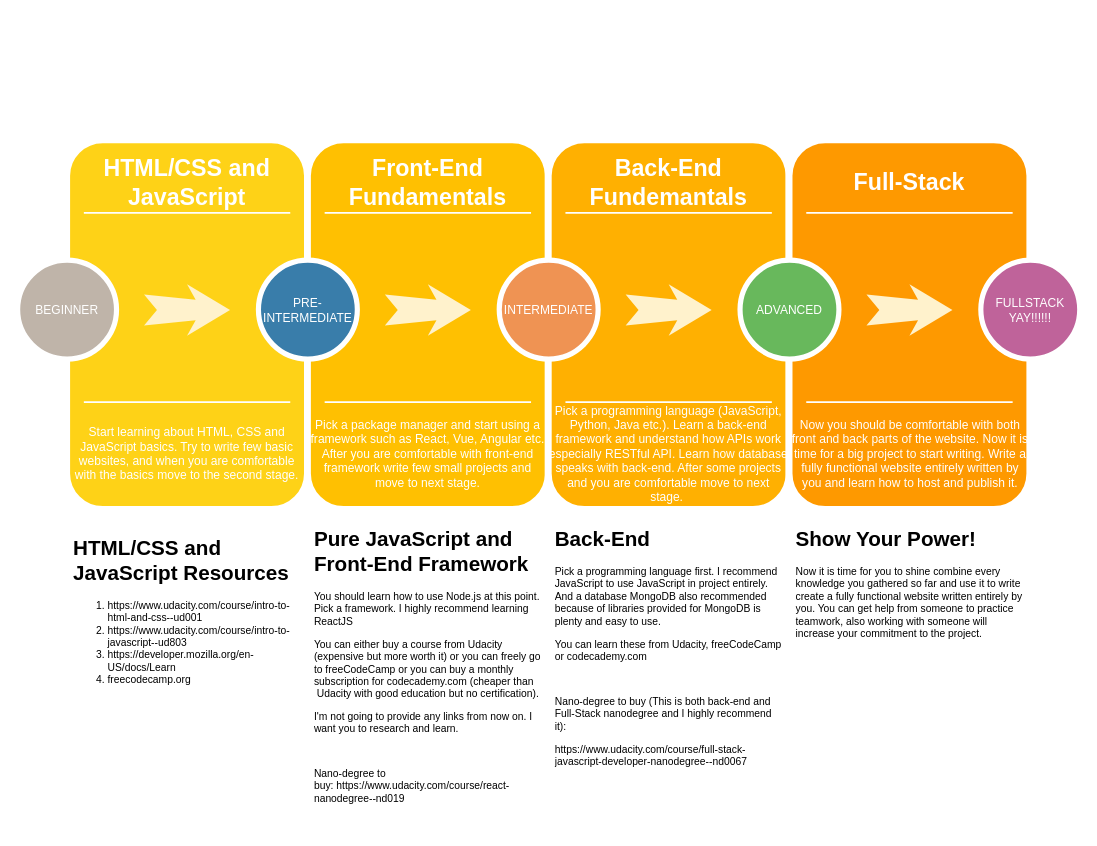
Above: Untitled Diagram.drawio in k-kahraman/web-development-roadmap (draw.io), before the change. Source tidied: cells renumbered, new cells numbered last; positions are measured from the earlier drawing's top-left corner, leaving out a move shared by most shapes. Both pictures are drawn from the tidied source at 86%, with x=0, y=0 at pixel (17, 139).
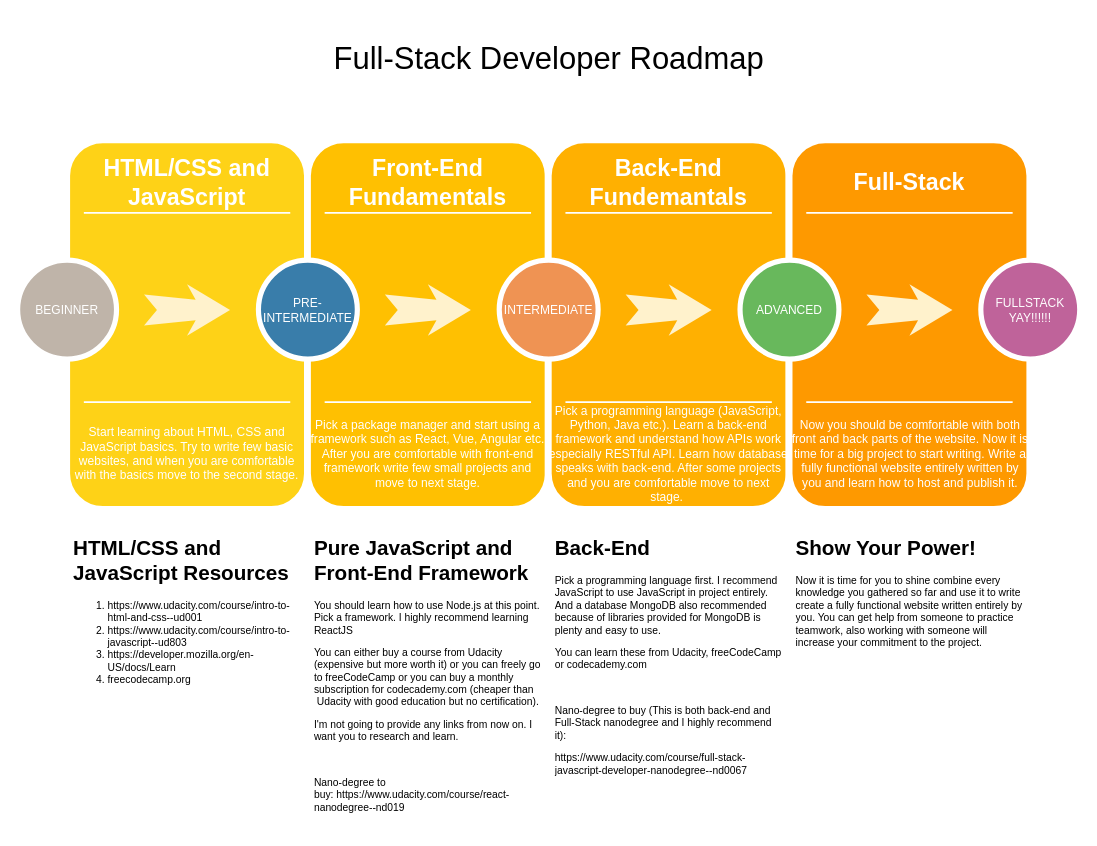
Above is the later version.

Diff of the diagram source:
```diff
@@
     <mxCell id="32" value="&lt;h1&gt;Pure JavaScript and Front-End Framework&lt;/h1&gt;&lt;p&gt;You should learn how to use Node.js at this point. Pick a framework. I highly recommend learning ReactJS&lt;/p&gt;&lt;p&gt;You can either buy a course from Udacity (expensive but more worth it) or you can freely go to freeCodeCamp or you can buy a monthly subscription for codecademy.com (cheaper than &amp;nbsp;Udacity with good education but no certification).&amp;nbsp;&lt;/p&gt;&lt;p&gt;I'm not going to provide any links from now on. I want you to research and learn.&lt;/p&gt;&lt;p&gt;&lt;br&gt;&lt;/p&gt;&lt;p&gt;Nano-degree to buy:&amp;nbsp;https://www.udacity.com/course/react-nanodegree--nd019&lt;/p&gt;" style="text;html=1;strokeColor=none;fillColor=none;spacing=5;spacingTop=-20;whiteSpace=wrap;overflow=hidden;rounded=0;" parent="1" vertex="1">
-      <mxGeometry x="340" y="445" width="274" height="350" as="geometry" />
+      <mxGeometry x="340" y="455" width="274" height="350" as="geometry" />
     </mxCell>
     <mxCell id="33" value="&lt;h1&gt;Back-End&lt;/h1&gt;&lt;p&gt;Pick a programming language first. I recommend JavaScript to use JavaScript in project entirely. And a database MongoDB also recommended because of libraries provided for MongoDB is plenty and easy to use.&amp;nbsp;&lt;/p&gt;&lt;p&gt;You can learn these from Udacity, freeCodeCamp or codecademy.com&lt;/p&gt;&lt;p&gt;&lt;br&gt;&lt;/p&gt;&lt;p&gt;Nano-degree to buy (This is both back-end and Full-Stack nanodegree and I highly recommend it):&lt;/p&gt;&lt;p&gt;https://www.udacity.com/course/full-stack-javascript-developer-nanodegree--nd0067&lt;br&gt;&lt;/p&gt;" style="text;html=1;strokeColor=none;fillColor=none;spacing=5;spacingTop=-20;whiteSpace=wrap;overflow=hidden;rounded=0;" parent="1" vertex="1">
-      <mxGeometry x="620" y="445" width="274" height="350" as="geometry" />
+      <mxGeometry x="620" y="455" width="274" height="350" as="geometry" />
     </mxCell>
     <mxCell id="34" value="&lt;h1&gt;Show Your Power!&lt;/h1&gt;&lt;p&gt;Now it is time for you to shine combine every knowledge you gathered so far and use it to write create a fully functional website written entirely by you. You can get help from someone to practice teamwork, also working with someone will increase your commitment to the project.&lt;/p&gt;" style="text;html=1;strokeColor=none;fillColor=none;spacing=5;spacingTop=-20;whiteSpace=wrap;overflow=hidden;rounded=0;" parent="1" vertex="1">
-      <mxGeometry x="900" y="445" width="274" height="350" as="geometry" />
+      <mxGeometry x="900" y="455" width="274" height="350" as="geometry" />
     </mxCell>
+    <mxCell id="35" value="&lt;font style=&quot;font-size: 36px&quot;&gt;Full-Stack Developer Roadmap&lt;/font&gt;" style="text;html=1;strokeColor=none;fillColor=none;align=center;verticalAlign=middle;whiteSpace=wrap;rounded=0;" parent="1" vertex="1">
+      <mxGeometry x="327.5" y="-145" width="580" height="100" as="geometry" />
+    </mxCell>
```
